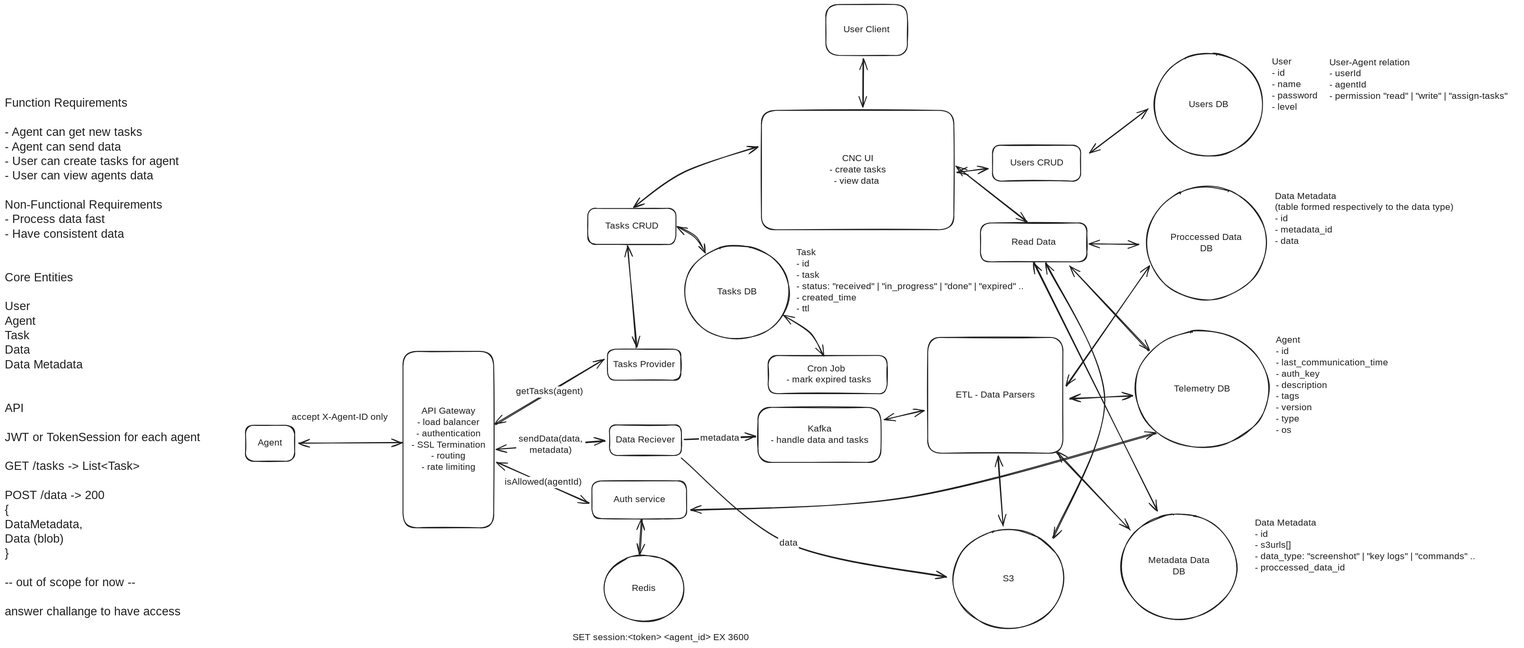
Before: assets/cnc.excalidraw.svg, a diagram exported from Excalidraw (yechielb2000/ghost-minion-cnc). Source tidied: one line per element, renumbered; positions are measured from the earlier drawing's top-left corner, leaving out a move shared by most shapes.
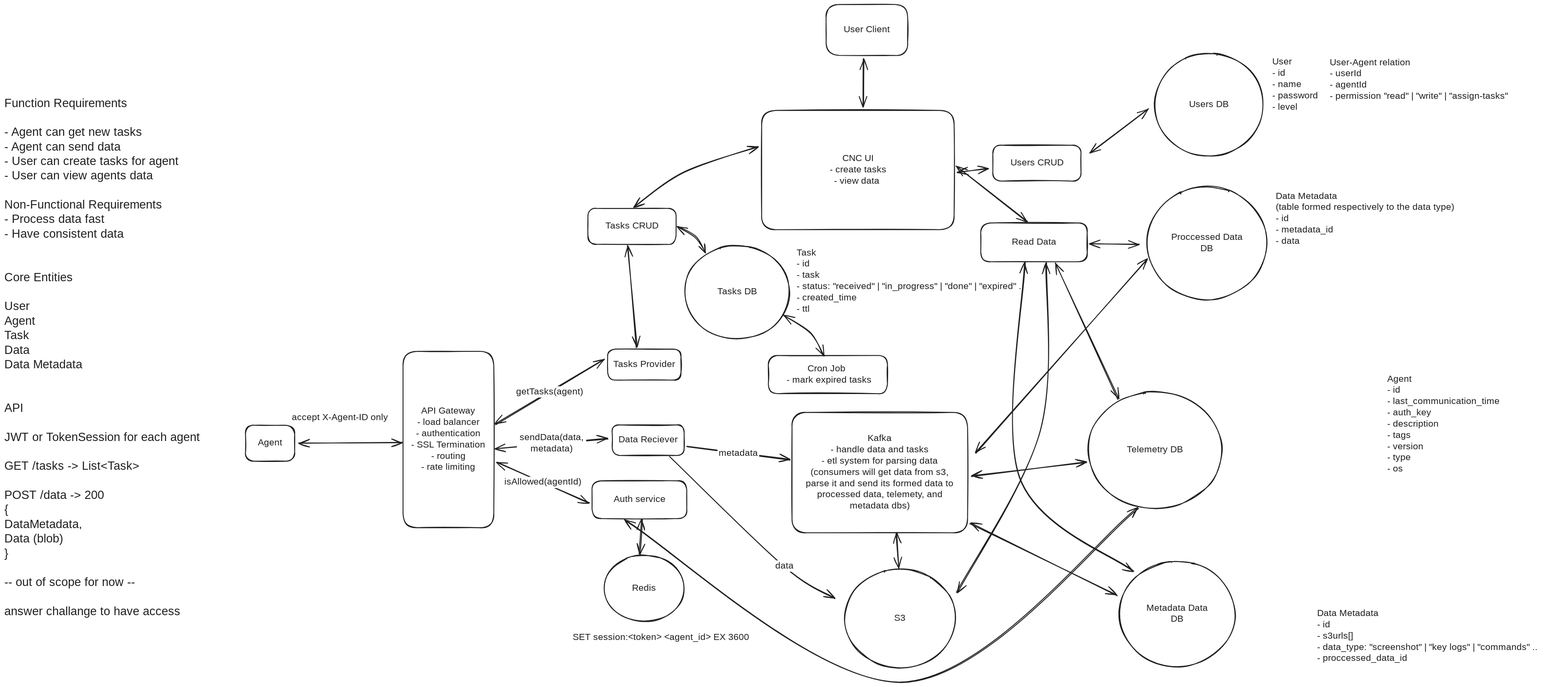
The same diagram one commit later.

Change to the diagram source:
```diff
@@ -6,22 +6,22 @@
 {"id": 5, "type": "arrow", "strokeColor": "#1e1e1e", "strokeWidth": 2, "roughness": 1, "startArrowhead": "arrow", "endArrowhead": "arrow", "round": true, "from": 1, "to": 3, "x": 654, "y": 975, "width": 230, "height": 0, "points": [[0, 0], [230, 0]]}
 {"id": 6, "type": "rectangle", "strokeColor": "#1e1e1e", "strokeWidth": 2, "roughness": 1, "round": true, "x": 1341, "y": 767, "width": 163, "height": 69}
 {"id": 7, "type": "text", "text": "Tasks Provider", "strokeColor": "#1e1e1e", "strokeWidth": 2, "roughness": 1, "fontSize": 20, "fontFamily": 5, "textAlign": "center", "verticalAlign": "middle", "inside": 6, "x": 1349, "y": 789, "width": 148, "height": 25}
-{"id": 8, "type": "rectangle", "strokeColor": "#1e1e1e", "strokeWidth": 2, "roughness": 1, "round": true, "x": 1346, "y": 935, "width": 160, "height": 68}
+{"id": 8, "type": "rectangle", "strokeColor": "#1e1e1e", "strokeWidth": 2, "roughness": 1, "round": true, "x": 1351, "y": 935, "width": 160, "height": 68}
-{"id": 9, "type": "text", "text": "Data Reciever", "strokeColor": "#1e1e1e", "strokeWidth": 2, "roughness": 1, "fontSize": 20, "fontFamily": 5, "textAlign": "center", "verticalAlign": "middle", "inside": 8, "x": 1357, "y": 957, "width": 138, "height": 25}
+{"id": 9, "type": "text", "text": "Data Reciever", "strokeColor": "#1e1e1e", "strokeWidth": 2, "roughness": 1, "fontSize": 20, "fontFamily": 5, "textAlign": "center", "verticalAlign": "middle", "inside": 8, "x": 1362, "y": 957, "width": 138, "height": 25}
 {"id": 10, "type": "arrow", "strokeColor": "#1e1e1e", "strokeWidth": 2, "roughness": 1, "startArrowhead": "arrow", "endArrowhead": "arrow", "round": true, "from": 3, "to": 6, "x": 1092, "y": 934, "width": 241, "height": 144, "points": [[0, 0], [241, -144]]}
 {"id": 11, "type": "text", "text": "getTasks(agent)", "strokeColor": "#1e1e1e", "strokeWidth": 2, "roughness": 1, "fontSize": 20, "fontFamily": 5, "textAlign": "center", "verticalAlign": "middle", "inside": 10, "x": 1166, "y": 897, "width": 164, "height": 25}
-{"id": 12, "type": "arrow", "strokeColor": "#1e1e1e", "strokeWidth": 2, "roughness": 1, "startArrowhead": "arrow", "endArrowhead": "arrow", "round": true, "from": 3, "to": 8, "x": 1094, "y": 989, "width": 243, "height": 18, "points": [[0, 0], [243, -18]]}
+{"id": 12, "type": "arrow", "strokeColor": "#1e1e1e", "strokeWidth": 2, "roughness": 1, "startArrowhead": "arrow", "endArrowhead": "arrow", "round": true, "from": 3, "to": 8, "x": 1091, "y": 988, "width": 252, "height": 22, "points": [[0, 0], [252, -22]]}
 {"id": 13, "type": "text", "text": "sendData(data,\nmetadata)", "strokeColor": "#1e1e1e", "strokeWidth": 2, "roughness": 1, "fontSize": 20, "fontFamily": 5, "textAlign": "center", "verticalAlign": "middle", "inside": 12, "x": 1175, "y": 995, "width": 154, "height": 50}
-{"id": 14, "type": "rectangle", "strokeColor": "#1e1e1e", "strokeWidth": 2, "roughness": 1, "round": true, "x": 1676, "y": 896, "width": 274, "height": 122}
+{"id": 14, "type": "rectangle", "strokeColor": "#1e1e1e", "strokeWidth": 2, "roughness": 1, "round": true, "x": 1751, "y": 908, "width": 390, "height": 268}
-{"id": 15, "type": "text", "text": "Kafka\n- handle data and tasks", "strokeColor": "#1e1e1e", "strokeWidth": 2, "roughness": 1, "fontSize": 20, "fontFamily": 5, "textAlign": "center", "verticalAlign": "middle", "inside": 14, "x": 1695, "y": 932, "width": 236, "height": 50}
+{"id": 15, "type": "text", "text": "Kafka\n- handle data and tasks\n- etl system for parsing data\n(consumers will get data from s3,\nparse it and send its formed data to\nprocessed data, telemety, and\nmetadata dbs)", "strokeColor": "#1e1e1e", "strokeWidth": 2, "roughness": 1, "fontSize": 20, "fontFamily": 5, "textAlign": "center", "verticalAlign": "middle", "inside": 14, "x": 1764, "y": 954, "width": 365, "height": 175}
-{"id": 16, "type": "arrow", "strokeColor": "#1e1e1e", "strokeWidth": 2, "roughness": 1, "endArrowhead": "arrow", "round": true, "from": 8, "to": 14, "x": 1512, "y": 968, "width": 158, "height": 6, "points": [[0, 0], [158, -6]]}
+{"id": 16, "type": "arrow", "strokeColor": "#1e1e1e", "strokeWidth": 2, "roughness": 1, "endArrowhead": "arrow", "round": true, "from": 8, "to": 14, "x": 1518, "y": 984, "width": 228, "height": 30, "points": [[0, 0], [228, 30]]}
 {"id": 17, "type": "text", "text": "metadata", "strokeColor": "#1e1e1e", "strokeWidth": 2, "roughness": 1, "fontSize": 20, "fontFamily": 5, "textAlign": "center", "verticalAlign": "middle", "inside": 16, "x": 1579, "y": 952, "width": 93, "height": 25}
-{"id": 18, "type": "ellipse", "strokeColor": "#1e1e1e", "strokeWidth": 2, "roughness": 1, "round": true, "x": 2110, "y": 1169, "width": 247, "height": 219}
+{"id": 18, "type": "ellipse", "strokeColor": "#1e1e1e", "strokeWidth": 2, "roughness": 1, "round": true, "x": 1868, "y": 1257, "width": 247, "height": 219}
-{"id": 19, "type": "text", "text": "S3", "strokeColor": "#1e1e1e", "strokeWidth": 2, "roughness": 1, "fontSize": 20, "fontFamily": 5, "textAlign": "center", "verticalAlign": "middle", "inside": 18, "x": 2221, "y": 1266, "width": 25, "height": 25}
+{"id": 19, "type": "text", "text": "S3", "strokeColor": "#1e1e1e", "strokeWidth": 2, "roughness": 1, "fontSize": 20, "fontFamily": 5, "textAlign": "center", "verticalAlign": "middle", "inside": 18, "x": 1979, "y": 1354, "width": 25, "height": 25}
-{"id": 20, "type": "arrow", "strokeColor": "#1e1e1e", "strokeWidth": 2, "roughness": 1, "endArrowhead": "arrow", "round": true, "from": 8, "to": 18, "x": 1505, "y": 1010, "width": 590, "height": 264, "points": [[0, 0], [239, 189], [590, 264]]}
+{"id": 20, "type": "arrow", "strokeColor": "#1e1e1e", "strokeWidth": 2, "roughness": 1, "endArrowhead": "arrow", "round": true, "from": 8, "to": 18, "x": 1479, "y": 1007, "width": 367, "height": 314, "points": [[0, 0], [255, 243], [367, 314]]}
 {"id": 21, "type": "text", "text": "data", "strokeColor": "#1e1e1e", "strokeWidth": 2, "roughness": 1, "fontSize": 20, "fontFamily": 5, "textAlign": "center", "verticalAlign": "middle", "inside": 20, "x": 1721, "y": 1186, "width": 46, "height": 25}
-{"id": 22, "type": "ellipse", "strokeColor": "#1e1e1e", "strokeWidth": 2, "roughness": 1, "round": true, "x": 2484, "y": 1133, "width": 257, "height": 235}
+{"id": 22, "type": "ellipse", "strokeColor": "#1e1e1e", "strokeWidth": 2, "roughness": 1, "round": true, "x": 2479, "y": 1239, "width": 257, "height": 235}
-{"id": 23, "type": "text", "text": "Metadata Data\nDB", "strokeColor": "#1e1e1e", "strokeWidth": 2, "roughness": 1, "fontSize": 20, "fontFamily": 5, "textAlign": "center", "verticalAlign": "middle", "inside": 22, "x": 2536, "y": 1225, "width": 153, "height": 50}
+{"id": 23, "type": "text", "text": "Metadata Data\nDB", "strokeColor": "#1e1e1e", "strokeWidth": 2, "roughness": 1, "fontSize": 20, "fontFamily": 5, "textAlign": "center", "verticalAlign": "middle", "inside": 22, "x": 2532, "y": 1331, "width": 153, "height": 50}
 {"id": 24, "type": "ellipse", "strokeColor": "#1e1e1e", "strokeWidth": 2, "roughness": 1, "round": true, "x": 2558, "y": 108, "width": 241, "height": 229}
 {"id": 25, "type": "text", "text": "Users DB", "strokeColor": "#1e1e1e", "strokeWidth": 2, "roughness": 1, "fontSize": 20, "fontFamily": 5, "textAlign": "center", "verticalAlign": "middle", "inside": 24, "x": 2632, "y": 210, "width": 94, "height": 25}
 {"id": 26, "type": "rectangle", "strokeColor": "#1e1e1e", "strokeWidth": 2, "roughness": 1, "round": true, "x": 1684, "y": 236, "width": 428, "height": 265}
@@ -35,34 +35,31 @@
 {"id": 34, "type": "text", "text": "Tasks CRUD", "strokeColor": "#1e1e1e", "strokeWidth": 2, "roughness": 1, "fontSize": 20, "fontFamily": 5, "textAlign": "center", "verticalAlign": "middle", "inside": 33, "x": 1333, "y": 481, "width": 125, "height": 25}
 {"id": 35, "type": "arrow", "strokeColor": "#1e1e1e", "strokeWidth": 2, "roughness": 1, "startArrowhead": "arrow", "endArrowhead": "arrow", "round": true, "from": 33, "to": 6, "x": 1386, "y": 538, "width": 20, "height": 226, "points": [[0, 0], [20, 226]]}
 {"id": 36, "type": "arrow", "strokeColor": "#1e1e1e", "strokeWidth": 2, "roughness": 1, "startArrowhead": "arrow", "endArrowhead": "arrow", "round": true, "from": 26, "to": 33, "x": 1676, "y": 317, "width": 277, "height": 134, "points": [[0, 0], [-165, 55], [-277, 134]]}
-{"id": 37, "type": "rectangle", "strokeColor": "#1e1e1e", "strokeWidth": 2, "roughness": 1, "round": true, "x": 2054, "y": 741, "width": 301, "height": 258}
-{"id": 38, "type": "text", "text": "ETL - Data Parsers", "strokeColor": "#1e1e1e", "strokeWidth": 2, "roughness": 1, "fontSize": 20, "fontFamily": 5, "textAlign": "center", "verticalAlign": "middle", "inside": 37, "x": 2105, "y": 857, "width": 198, "height": 25}
-{"id": 39, "type": "arrow", "strokeColor": "#1e1e1e", "strokeWidth": 2, "roughness": 1, "startArrowhead": "arrow", "endArrowhead": "arrow", "round": true, "from": 14, "to": 37, "x": 1956, "y": 923, "width": 89, "height": 19, "points": [[0, 0], [89, -19]]}
-{"id": 40, "type": "arrow", "strokeColor": "#1e1e1e", "strokeWidth": 2, "roughness": 1, "startArrowhead": "arrow", "endArrowhead": "arrow", "round": true, "from": 22, "to": 37, "x": 2504, "y": 1168, "width": 163, "height": 172, "points": [[0, 0], [-163, -172]]}
+{"id": 40, "type": "arrow", "strokeColor": "#1e1e1e", "strokeWidth": 2, "roughness": 1, "startArrowhead": "arrow", "endArrowhead": "arrow", "round": true, "from": 22, "to": 14, "x": 2474, "y": 1314, "width": 327, "height": 160, "points": [[0, 0], [-327, -160]]}
-{"id": 41, "type": "arrow", "strokeColor": "#1e1e1e", "strokeWidth": 2, "roughness": 1, "startArrowhead": "arrow", "endArrowhead": "arrow", "round": true, "from": 37, "to": 18, "x": 2211, "y": 1005, "width": 9, "height": 155, "points": [[0, 0], [9, 155]]}
+{"id": 41, "type": "arrow", "strokeColor": "#1e1e1e", "strokeWidth": 2, "roughness": 1, "startArrowhead": "arrow", "endArrowhead": "arrow", "round": true, "from": 14, "to": 18, "x": 1984, "y": 1176, "width": 3, "height": 79, "points": [[0, 0], [3, 79]]}
 {"id": 42, "type": "rectangle", "strokeColor": "#1e1e1e", "strokeWidth": 2, "roughness": 1, "round": true, "x": 2171, "y": 486, "width": 237, "height": 86}
 {"id": 43, "type": "text", "text": "Read Data", "strokeColor": "#1e1e1e", "strokeWidth": 2, "roughness": 1, "fontSize": 20, "fontFamily": 5, "textAlign": "center", "verticalAlign": "middle", "inside": 42, "x": 2236, "y": 517, "width": 107, "height": 25}
 {"id": 44, "type": "arrow", "strokeColor": "#1e1e1e", "strokeWidth": 2, "roughness": 1, "startArrowhead": "arrow", "endArrowhead": "arrow", "round": true, "from": 26, "to": 42, "x": 2117, "y": 360, "width": 158, "height": 124, "points": [[0, 0], [158, 124]]}
-{"id": 45, "type": "arrow", "strokeColor": "#1e1e1e", "strokeWidth": 2, "roughness": 1, "startArrowhead": "arrow", "endArrowhead": "arrow", "round": true, "from": 42, "to": 22, "x": 2290, "y": 575, "width": 274, "height": 552, "points": [[0, 0], [274, 552]]}
+{"id": 45, "type": "arrow", "strokeColor": "#1e1e1e", "strokeWidth": 2, "roughness": 1, "startArrowhead": "arrow", "endArrowhead": "arrow", "round": true, "from": 42, "to": 22, "x": 2269, "y": 575, "width": 253, "height": 686, "points": [[0, 0], [-13, 477], [241, 686]]}
 {"id": 46, "type": "text", "text": "User\n- id\n- name\n- password\n- level", "strokeColor": "#1e1e1e", "strokeWidth": 2, "roughness": 1, "fontSize": 20, "fontFamily": 5, "x": 2819, "y": 116, "width": 106, "height": 125}
-{"id": 47, "type": "text", "text": "Data Metadata\n- id\n- s3urls[]\n- data_type: \"screenshot\" | \"key logs\" | \"commands\" ..\n- proccessed_data_id", "strokeColor": "#1e1e1e", "strokeWidth": 2, "roughness": 1, "fontSize": 20, "fontFamily": 5, "x": 2782, "y": 1142, "width": 516, "height": 125}
+{"id": 47, "type": "text", "text": "Data Metadata\n- id\n- s3urls[]\n- data_type: \"screenshot\" | \"key logs\" | \"commands\" ..\n- proccessed_data_id", "strokeColor": "#1e1e1e", "strokeWidth": 2, "roughness": 1, "fontSize": 20, "fontFamily": 5, "x": 2919, "y": 1343, "width": 516, "height": 125}
 {"id": 48, "type": "ellipse", "strokeColor": "#1e1e1e", "strokeWidth": 2, "roughness": 1, "round": true, "x": 2541, "y": 405, "width": 266, "height": 251}
 {"id": 49, "type": "text", "text": "Proccessed Data\nDB", "strokeColor": "#1e1e1e", "strokeWidth": 2, "roughness": 1, "fontSize": 20, "fontFamily": 5, "textAlign": "center", "verticalAlign": "middle", "inside": 48, "x": 2590, "y": 506, "width": 167, "height": 50}
 {"id": 50, "type": "text", "text": "Data Metadata\n(table formed respectively to the data type)\n- id\n- metadata_id\n- data", "strokeColor": "#1e1e1e", "strokeWidth": 2, "roughness": 1, "fontSize": 20, "fontFamily": 5, "x": 2827, "y": 415, "width": 439, "height": 125}
 {"id": 51, "type": "arrow", "strokeColor": "#1e1e1e", "strokeWidth": 2, "roughness": 1, "startArrowhead": "arrow", "endArrowhead": "arrow", "round": true, "from": 42, "to": 48, "x": 2414, "y": 532, "width": 110, "height": 2, "points": [[0, 0], [110, 2]]}
-{"id": 52, "type": "arrow", "strokeColor": "#1e1e1e", "strokeWidth": 2, "roughness": 1, "startArrowhead": "arrow", "endArrowhead": "arrow", "round": true, "from": 48, "to": 37, "x": 2546, "y": 582, "width": 183, "height": 266, "points": [[0, 0], [-183, 266]]}
+{"id": 52, "type": "arrow", "strokeColor": "#1e1e1e", "strokeWidth": 2, "roughness": 1, "startArrowhead": "arrow", "endArrowhead": "arrow", "round": true, "from": 48, "to": 14, "x": 2541, "y": 567, "width": 379, "height": 431, "points": [[0, 0], [-379, 431]]}
-{"id": 53, "type": "arrow", "strokeColor": "#1e1e1e", "strokeWidth": 2, "roughness": 1, "startArrowhead": "arrow", "endArrowhead": "arrow", "round": true, "from": 42, "to": 18, "x": 2317, "y": 575, "width": 131, "height": 612, "points": [[0, 0], [131, 303], [16, 612]]}
+{"id": 53, "type": "arrow", "strokeColor": "#1e1e1e", "strokeWidth": 2, "roughness": 1, "startArrowhead": "arrow", "endArrowhead": "arrow", "round": true, "from": 42, "to": 18, "x": 2317, "y": 575, "width": 199, "height": 734, "points": [[0, 0], [-13, 374], [-199, 734]]}
 {"id": 54, "type": "text", "text": "Task\n- id\n- task\n- status: \"received\" | \"in_progress\" | \"done\" | \"expired\" ..\n- created_time\n- ttl", "strokeColor": "#1e1e1e", "strokeWidth": 2, "roughness": 1, "fontSize": 20, "fontFamily": 5, "x": 1762, "y": 541, "width": 542, "height": 150}
 {"id": 55, "type": "rectangle", "strokeColor": "#1e1e1e", "strokeWidth": 2, "roughness": 1, "round": true, "x": 1699, "y": 781, "width": 265, "height": 85}
 {"id": 56, "type": "text", "text": "Cron Job \n - mark expired tasks", "strokeColor": "#1e1e1e", "strokeWidth": 2, "roughness": 1, "fontSize": 20, "fontFamily": 5, "textAlign": "center", "verticalAlign": "middle", "inside": 55, "x": 1727, "y": 798, "width": 208, "height": 50}
 {"id": 57, "type": "arrow", "strokeColor": "#1e1e1e", "strokeWidth": 2, "roughness": 1, "startArrowhead": "arrow", "endArrowhead": "arrow", "round": true, "from": 33, "to": 31, "x": 1496, "y": 494, "width": 62, "height": 59, "points": [[0, 0], [40, 25], [62, 59]]}
 {"id": 58, "type": "arrow", "strokeColor": "#1e1e1e", "strokeWidth": 2, "roughness": 1, "startArrowhead": "arrow", "endArrowhead": "arrow", "round": true, "from": 31, "to": 55, "x": 1733, "y": 691, "width": 89, "height": 90, "points": [[0, 0], [59, 40], [89, 90]]}
-{"id": 59, "type": "ellipse", "strokeColor": "#1e1e1e", "strokeWidth": 2, "roughness": 1, "round": true, "x": 2515, "y": 726, "width": 298, "height": 259}
+{"id": 59, "type": "ellipse", "strokeColor": "#1e1e1e", "strokeWidth": 2, "roughness": 1, "round": true, "x": 2410, "y": 862, "width": 298, "height": 259}
-{"id": 60, "type": "text", "text": "Telemetry DB", "strokeColor": "#1e1e1e", "strokeWidth": 2, "roughness": 1, "fontSize": 20, "fontFamily": 5, "textAlign": "center", "verticalAlign": "middle", "inside": 59, "x": 2597, "y": 843, "width": 134, "height": 25}
+{"id": 60, "type": "text", "text": "Telemetry DB", "strokeColor": "#1e1e1e", "strokeWidth": 2, "roughness": 1, "fontSize": 20, "fontFamily": 5, "textAlign": "center", "verticalAlign": "middle", "inside": 59, "x": 2491, "y": 979, "width": 134, "height": 25}
 {"id": 61, "type": "arrow", "strokeColor": "#1e1e1e", "strokeWidth": 2, "roughness": 1, "startArrowhead": "arrow", "endArrowhead": "arrow", "round": true, "from": 28, "to": 24, "x": 2415, "y": 329, "width": 130, "height": 98, "points": [[0, 0], [130, -98]]}
-{"id": 62, "type": "arrow", "strokeColor": "#1e1e1e", "strokeWidth": 2, "roughness": 1, "startArrowhead": "arrow", "endArrowhead": "arrow", "round": true, "from": 37, "to": 59, "x": 2370, "y": 877, "width": 139, "height": 6, "points": [[0, 0], [139, -6]]}
+{"id": 62, "type": "arrow", "strokeColor": "#1e1e1e", "strokeWidth": 2, "roughness": 1, "startArrowhead": "arrow", "endArrowhead": "arrow", "round": true, "from": 14, "to": 59, "x": 2150, "y": 1049, "width": 255, "height": 31, "points": [[0, 0], [255, -31]]}
-{"id": 63, "type": "text", "text": "Agent\n- id\n- last_communication_time\n- auth_key\n- description\n- tags\n- version\n- type\n- os\n", "strokeColor": "#1e1e1e", "strokeWidth": 2, "roughness": 1, "fontSize": 20, "fontFamily": 5, "x": 2829, "y": 735, "width": 392, "height": 250}
+{"id": 63, "type": "text", "text": "Agent\n- id\n- last_communication_time\n- auth_key\n- description\n- tags\n- version\n- type\n- os\n", "strokeColor": "#1e1e1e", "strokeWidth": 2, "roughness": 1, "fontSize": 20, "fontFamily": 5, "x": 3075, "y": 822, "width": 392, "height": 250}
-{"id": 64, "type": "arrow", "strokeColor": "#1e1e1e", "strokeWidth": 2, "roughness": 1, "startArrowhead": "arrow", "endArrowhead": "arrow", "round": true, "from": 42, "to": 59, "x": 2370, "y": 583, "width": 176, "height": 187, "points": [[0, 0], [176, 187]]}
+{"id": 64, "type": "arrow", "strokeColor": "#1e1e1e", "strokeWidth": 2, "roughness": 1, "startArrowhead": "arrow", "endArrowhead": "arrow", "round": true, "from": 42, "to": 59, "x": 2337, "y": 577, "width": 140, "height": 301, "points": [[0, 0], [140, 301]]}
 {"id": 65, "type": "text", "text": "User-Agent relation\n- userId\n- agentId\n- permission \"read\" | \"write\" | \"assign-tasks\"", "strokeColor": "#1e1e1e", "strokeWidth": 2, "roughness": 1, "fontSize": 20, "fontFamily": 5, "x": 2947, "y": 117, "width": 423, "height": 100}
 {"id": 66, "type": "rectangle", "strokeColor": "#1e1e1e", "strokeWidth": 2, "roughness": 1, "round": true, "x": 1827, "y": 0, "width": 181, "height": 113}
 {"id": 67, "type": "text", "text": "User Client", "strokeColor": "#1e1e1e", "strokeWidth": 2, "roughness": 1, "fontSize": 20, "fontFamily": 5, "textAlign": "center", "verticalAlign": "middle", "inside": 66, "x": 1865, "y": 44, "width": 107, "height": 25}
@@ -75,5 +72,5 @@
 {"id": 74, "type": "ellipse", "strokeColor": "#1e1e1e", "strokeWidth": 2, "roughness": 1, "round": true, "x": 1333, "y": 1225, "width": 179, "height": 148}
 {"id": 75, "type": "text", "text": "Redis", "strokeColor": "#1e1e1e", "strokeWidth": 2, "roughness": 1, "fontSize": 20, "fontFamily": 5, "textAlign": "center", "verticalAlign": "middle", "inside": 74, "x": 1396, "y": 1287, "width": 53, "height": 25}
 {"id": 76, "type": "arrow", "strokeColor": "#1e1e1e", "strokeWidth": 2, "roughness": 1, "startArrowhead": "arrow", "endArrowhead": "arrow", "round": true, "from": 70, "to": 74, "x": 1417, "y": 1144, "width": 5, "height": 78, "points": [[0, 0], [-5, 78]]}
-{"id": 77, "type": "arrow", "strokeColor": "#1e1e1e", "strokeWidth": 2, "roughness": 1, "startArrowhead": "arrow", "endArrowhead": "arrow", "round": true, "from": 59, "to": 70, "x": 2562, "y": 953, "width": 1035, "height": 172, "points": [[0, 0], [-546, 142], [-1035, 172]]}
+{"id": 77, "type": "arrow", "strokeColor": "#1e1e1e", "strokeWidth": 2, "roughness": 1, "startArrowhead": "arrow", "endArrowhead": "arrow", "round": true, "from": 59, "to": 70, "x": 2521, "y": 1120, "width": 1142, "height": 389, "points": [[0, 0], [-526, 389], [-1142, 28]]}
 {"id": 78, "type": "text", "text": "SET session:<token> <agent_id> EX 3600", "strokeColor": "#1e1e1e", "strokeWidth": 2, "roughness": 1, "fontSize": 20, "fontFamily": 5, "x": 1264, "y": 1397, "width": 414, "height": 25}
```
